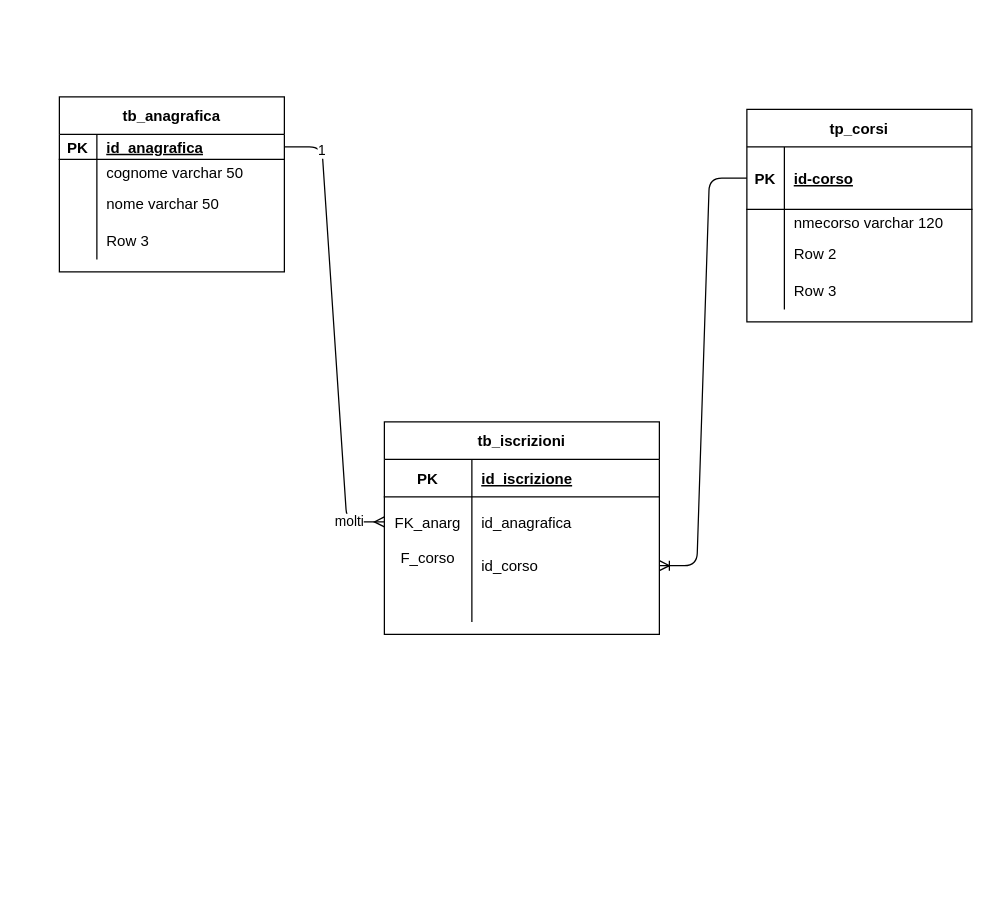
This is Untitled Diagram.drawio from andreabesso/andreabesso, a draw.io file, before an edit. Source tidied: cells renumbered, new cells numbered last; positions are measured from the earlier drawing's top-left corner, leaving out a move shared by most shapes. Both pictures are drawn from the tidied source at 125%, with x=0, y=0 at pixel (59, 96).
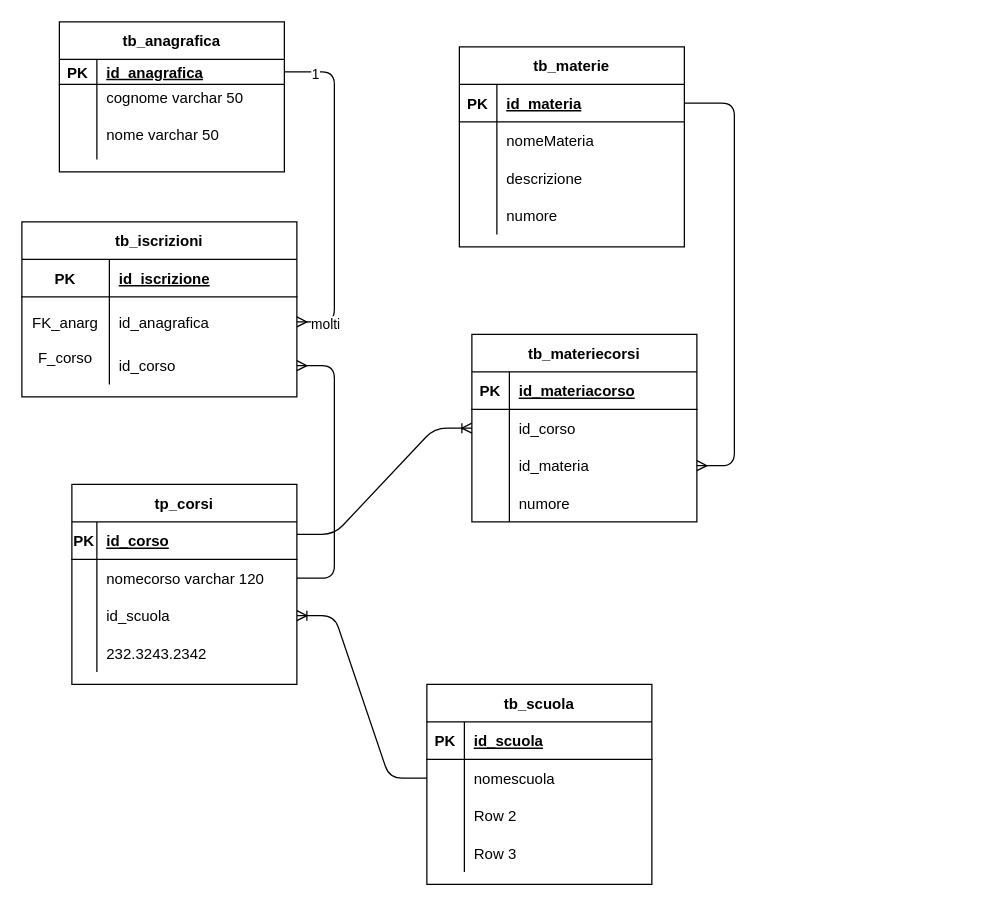
The same diagram, later.

The change refers to these unchanged cells:
```xml
<mxCell id="3" style="shape=partialRectangle;fillColor=none;top=0;left=0;bottom=1;right=0;points=[[0,0.5],[1,0.5]];portConstraint=eastwest;" parent="2" vertex="1">
  <mxGeometry y="30" width="180" height="20" as="geometry" />
</mxCell>
<mxCell id="32" style="shape=partialRectangle;fillColor=none;top=0;left=0;bottom=0;right=0;points=[[0,0.5],[1,0.5]];portConstraint=eastwest;" parent="28" vertex="1">
  <mxGeometry y="60" width="220" height="40" as="geometry" />
</mxCell>
<mxCell id="35" style="shape=partialRectangle;fillColor=none;top=0;left=0;bottom=0;right=0;points=[[0,0.5],[1,0.5]];portConstraint=eastwest;" parent="28" vertex="1">
  <mxGeometry y="100" width="220" height="30" as="geometry" />
</mxCell>
```

Diff of the diagram source:
```diff
@@
     <mxCell id="2" value="tb_anagrafica" style="shape=table;startSize=30;childLayout=tableLayout;rowLines=0;fontStyle=1;align=center;" parent="1" vertex="1">
-      <mxGeometry width="180" height="140" as="geometry" />
+      <mxGeometry y="-60" width="180" height="120" as="geometry" />
     </mxCell>
@@
     <mxCell id="9" style="shape=partialRectangle;fillColor=none;top=0;left=0;bottom=0;right=0;" parent="2" vertex="1">
-      <mxGeometry y="70" width="180" height="30" as="geometry" />
+      <mxGeometry y="70" width="180" height="40" as="geometry" />
     </mxCell>
     <mxCell id="10" style="shape=partialRectangle;fillColor=none;top=0;left=0;bottom=0;right=0;overflow=hidden;" parent="9" vertex="1">
-      <mxGeometry width="30" height="30" as="geometry" />
+      <mxGeometry width="30" height="40" as="geometry" />
     </mxCell>
     <mxCell id="11" value="nome varchar 50" style="shape=partialRectangle;fillColor=none;top=0;left=0;bottom=0;right=0;align=left;spacingLeft=6;overflow=hidden;" parent="9" vertex="1">
-      <mxGeometry x="30" width="150" height="30" as="geometry" />
+      <mxGeometry x="30" width="150" height="40" as="geometry" />
     </mxCell>
-    <mxCell id="12" style="shape=partialRectangle;fillColor=none;top=0;left=0;bottom=0;right=0;" parent="2" vertex="1">
-      <mxGeometry y="100" width="180" height="30" as="geometry" />
-    </mxCell>
-    <mxCell id="13" style="shape=partialRectangle;fillColor=none;top=0;left=0;bottom=0;right=0;overflow=hidden;" parent="12" vertex="1">
-      <mxGeometry width="30" height="30" as="geometry" />
-    </mxCell>
-    <mxCell id="14" value="Row 3" style="shape=partialRectangle;fillColor=none;top=0;left=0;bottom=0;right=0;align=left;spacingLeft=6;overflow=hidden;" parent="12" vertex="1">
-      <mxGeometry x="30" width="150" height="30" as="geometry" />
-    </mxCell>
-    <mxCell id="15" value="tp_corsi" style="shape=table;startSize=30;childLayout=tableLayout;rowLines=0;fontStyle=1;align=center;" parent="1" vertex="1">
-      <mxGeometry x="550" y="10" width="180" height="170" as="geometry" />
-    </mxCell>
-    <mxCell id="16" style="shape=partialRectangle;fillColor=none;top=0;left=0;bottom=1;right=0;points=[[0,0.5],[1,0.5]];portConstraint=eastwest;" parent="15" vertex="1">
-      <mxGeometry y="30" width="180" height="50" as="geometry" />
-    </mxCell>
-    <mxCell id="17" value="PK" style="shape=partialRectangle;fillColor=none;top=0;left=0;bottom=0;right=0;fontStyle=1;overflow=hidden;" parent="16" vertex="1">
-      <mxGeometry width="30" height="50" as="geometry" />
-    </mxCell>
-    <mxCell id="18" value="id-corso" style="shape=partialRectangle;fillColor=none;top=0;left=0;bottom=0;right=0;align=left;spacingLeft=6;fontStyle=5;overflow=hidden;" parent="16" vertex="1">
-      <mxGeometry x="30" width="150" height="50" as="geometry" />
-    </mxCell>
-    <mxCell id="19" style="shape=partialRectangle;fillColor=none;top=0;left=0;bottom=0;right=0;" parent="15" vertex="1">
-      <mxGeometry y="80" width="180" height="20" as="geometry" />
-    </mxCell>
-    <mxCell id="20" style="shape=partialRectangle;fillColor=none;top=0;left=0;bottom=0;right=0;overflow=hidden;" parent="19" vertex="1">
-      <mxGeometry width="30" height="20" as="geometry" />
-    </mxCell>
-    <mxCell id="21" value="nmecorso varchar 120" style="shape=partialRectangle;fillColor=none;top=0;left=0;bottom=0;right=0;align=left;spacingLeft=6;overflow=hidden;" parent="19" vertex="1">
-      <mxGeometry x="30" width="150" height="20" as="geometry" />
-    </mxCell>
-    <mxCell id="22" style="shape=partialRectangle;fillColor=none;top=0;left=0;bottom=0;right=0;" parent="15" vertex="1">
-      <mxGeometry y="100" width="180" height="30" as="geometry" />
-    </mxCell>
-    <mxCell id="23" style="shape=partialRectangle;fillColor=none;top=0;left=0;bottom=0;right=0;overflow=hidden;" parent="22" vertex="1">
-      <mxGeometry width="30" height="30" as="geometry" />
-    </mxCell>
-    <mxCell id="24" value="Row 2" style="shape=partialRectangle;fillColor=none;top=0;left=0;bottom=0;right=0;align=left;spacingLeft=6;overflow=hidden;" parent="22" vertex="1">
-      <mxGeometry x="30" width="150" height="30" as="geometry" />
-    </mxCell>
-    <mxCell id="25" style="shape=partialRectangle;fillColor=none;top=0;left=0;bottom=0;right=0;" parent="15" vertex="1">
-      <mxGeometry y="130" width="180" height="30" as="geometry" />
-    </mxCell>
-    <mxCell id="26" style="shape=partialRectangle;fillColor=none;top=0;left=0;bottom=0;right=0;overflow=hidden;" parent="25" vertex="1">
-      <mxGeometry width="30" height="30" as="geometry" />
-    </mxCell>
-    <mxCell id="27" value="Row 3" style="shape=partialRectangle;fillColor=none;top=0;left=0;bottom=0;right=0;align=left;spacingLeft=6;overflow=hidden;" parent="25" vertex="1">
-      <mxGeometry x="30" width="150" height="30" as="geometry" />
-    </mxCell>
     <mxCell id="28" value="tb_iscrizioni" style="shape=table;startSize=30;childLayout=tableLayout;rowLines=0;fontStyle=1;align=center;" parent="1" vertex="1">
-      <mxGeometry x="260" y="260" width="220" height="170" as="geometry" />
+      <mxGeometry x="-30" y="100" width="220" height="140" as="geometry" />
     </mxCell>
@@
-    <mxCell id="38" style="shape=partialRectangle;fillColor=none;top=0;left=0;bottom=0;right=0;" parent="28" vertex="1">
-      <mxGeometry y="130" width="220" height="30" as="geometry" />
-    </mxCell>
-    <mxCell id="39" style="shape=partialRectangle;fillColor=none;top=0;left=0;bottom=0;right=0;overflow=hidden;" parent="38" vertex="1">
-      <mxGeometry width="70" height="30" as="geometry" />
-    </mxCell>
-    <mxCell id="40" style="shape=partialRectangle;fillColor=none;top=0;left=0;bottom=0;right=0;align=left;spacingLeft=6;overflow=hidden;" parent="38" vertex="1">
-      <mxGeometry x="70" width="150" height="30" as="geometry" />
-    </mxCell>
-    <mxCell id="41" style="edgeStyle=entityRelationEdgeStyle;fontSize=12;html=1;endArrow=ERoneToMany;exitX=0;exitY=0.5;exitDx=0;exitDy=0;entryX=1;entryY=0.5;entryDx=0;entryDy=0;" parent="1" edge="1" source="16" target="35">
-      <mxGeometry relative="1" as="geometry" />
-    </mxCell>
-    <mxCell id="42" style="edgeStyle=entityRelationEdgeStyle;fontSize=12;html=1;endArrow=ERmany;exitX=1;exitY=0.5;exitDx=0;exitDy=0;entryX=0;entryY=0.5;entryDx=0;entryDy=0;" parent="1" edge="1" source="3" target="32">
+    <mxCell id="42" style="edgeStyle=entityRelationEdgeStyle;fontSize=12;html=1;endArrow=ERmany;exitX=1;exitY=0.5;exitDx=0;exitDy=0;" parent="1" edge="1" source="3" target="32">
       <mxGeometry relative="1" as="geometry" />
     </mxCell>
@@
+    <mxCell id="45" value="tb_materiecorsi" style="shape=table;startSize=30;childLayout=tableLayout;rowLines=0;fontStyle=1;align=center;" parent="1" vertex="1">
+      <mxGeometry x="330" y="190" width="180" height="150" as="geometry" />
+    </mxCell>
+    <mxCell id="46" style="shape=partialRectangle;fillColor=none;top=0;left=0;bottom=1;right=0;" parent="45" vertex="1">
+      <mxGeometry y="30" width="180" height="30" as="geometry" />
+    </mxCell>
+    <mxCell id="47" value="PK" style="shape=partialRectangle;fillColor=none;top=0;left=0;bottom=0;right=0;fontStyle=1;overflow=hidden;" parent="46" vertex="1">
+      <mxGeometry width="30" height="30" as="geometry" />
+    </mxCell>
+    <mxCell id="48" value="id_materiacorso" style="shape=partialRectangle;fillColor=none;top=0;left=0;bottom=0;right=0;align=left;spacingLeft=6;fontStyle=5;overflow=hidden;" parent="46" vertex="1">
+      <mxGeometry x="30" width="150" height="30" as="geometry" />
+    </mxCell>
+    <mxCell id="49" style="shape=partialRectangle;fillColor=none;top=0;left=0;bottom=0;right=0;points=[[0,0.5],[1,0.5]];portConstraint=eastwest;" parent="45" vertex="1">
+      <mxGeometry y="60" width="180" height="30" as="geometry" />
+    </mxCell>
+    <mxCell id="50" style="shape=partialRectangle;fillColor=none;top=0;left=0;bottom=0;right=0;overflow=hidden;" parent="49" vertex="1">
+      <mxGeometry width="30" height="30" as="geometry" />
+    </mxCell>
+    <mxCell id="51" value="id_corso" style="shape=partialRectangle;fillColor=none;top=0;left=0;bottom=0;right=0;align=left;spacingLeft=6;overflow=hidden;" parent="49" vertex="1">
+      <mxGeometry x="30" width="150" height="30" as="geometry" />
+    </mxCell>
+    <mxCell id="52" style="shape=partialRectangle;fillColor=none;top=0;left=0;bottom=0;right=0;points=[[0,0.5],[1,0.5]];portConstraint=eastwest;" parent="45" vertex="1">
+      <mxGeometry y="90" width="180" height="30" as="geometry" />
+    </mxCell>
+    <mxCell id="53" style="shape=partialRectangle;fillColor=none;top=0;left=0;bottom=0;right=0;overflow=hidden;" parent="52" vertex="1">
+      <mxGeometry width="30" height="30" as="geometry" />
+    </mxCell>
+    <mxCell id="54" value="id_materia" style="shape=partialRectangle;fillColor=none;top=0;left=0;bottom=0;right=0;align=left;spacingLeft=6;overflow=hidden;" parent="52" vertex="1">
+      <mxGeometry x="30" width="150" height="30" as="geometry" />
+    </mxCell>
+    <mxCell id="55" style="shape=partialRectangle;fillColor=none;top=0;left=0;bottom=0;right=0;" parent="45" vertex="1">
+      <mxGeometry y="120" width="180" height="30" as="geometry" />
+    </mxCell>
+    <mxCell id="56" style="shape=partialRectangle;fillColor=none;top=0;left=0;bottom=0;right=0;overflow=hidden;" parent="55" vertex="1">
+      <mxGeometry width="30" height="30" as="geometry" />
+    </mxCell>
+    <mxCell id="57" value="numore" style="shape=partialRectangle;fillColor=none;top=0;left=0;bottom=0;right=0;align=left;spacingLeft=6;overflow=hidden;" parent="55" vertex="1">
+      <mxGeometry x="30" width="150" height="30" as="geometry" />
+    </mxCell>
+    <mxCell id="58" style="edgeStyle=entityRelationEdgeStyle;fontSize=12;html=1;endArrow=ERmany;exitX=1;exitY=0.5;exitDx=0;exitDy=0;" parent="1" edge="1" source="87" target="52">
+      <mxGeometry relative="1" as="geometry" />
+    </mxCell>
+    <mxCell id="59" value="tb_scuola" style="shape=table;startSize=30;childLayout=tableLayout;rowLines=0;fontStyle=1;align=center;" parent="1" vertex="1">
+      <mxGeometry x="294" y="470" width="180" height="160" as="geometry" />
+    </mxCell>
+    <mxCell id="60" style="shape=partialRectangle;fillColor=none;top=0;left=0;bottom=1;right=0;" parent="59" vertex="1">
+      <mxGeometry y="30" width="180" height="30" as="geometry" />
+    </mxCell>
+    <mxCell id="61" value="PK" style="shape=partialRectangle;fillColor=none;top=0;left=0;bottom=0;right=0;fontStyle=1;overflow=hidden;" parent="60" vertex="1">
+      <mxGeometry width="30" height="30" as="geometry" />
+    </mxCell>
+    <mxCell id="62" value="id_scuola" style="shape=partialRectangle;fillColor=none;top=0;left=0;bottom=0;right=0;align=left;spacingLeft=6;fontStyle=5;overflow=hidden;" parent="60" vertex="1">
+      <mxGeometry x="30" width="150" height="30" as="geometry" />
+    </mxCell>
+    <mxCell id="63" style="shape=partialRectangle;fillColor=none;top=0;left=0;bottom=0;right=0;points=[[0,0.5],[1,0.5]];portConstraint=eastwest;" parent="59" vertex="1">
+      <mxGeometry y="60" width="180" height="30" as="geometry" />
+    </mxCell>
+    <mxCell id="64" style="shape=partialRectangle;fillColor=none;top=0;left=0;bottom=0;right=0;overflow=hidden;" parent="63" vertex="1">
+      <mxGeometry width="30" height="30" as="geometry" />
+    </mxCell>
+    <mxCell id="65" value="nomescuola" style="shape=partialRectangle;fillColor=none;top=0;left=0;bottom=0;right=0;align=left;spacingLeft=6;overflow=hidden;" parent="63" vertex="1">
+      <mxGeometry x="30" width="150" height="30" as="geometry" />
+    </mxCell>
+    <mxCell id="66" style="shape=partialRectangle;fillColor=none;top=0;left=0;bottom=0;right=0;" parent="59" vertex="1">
+      <mxGeometry y="90" width="180" height="30" as="geometry" />
+    </mxCell>
+    <mxCell id="67" style="shape=partialRectangle;fillColor=none;top=0;left=0;bottom=0;right=0;overflow=hidden;" parent="66" vertex="1">
+      <mxGeometry width="30" height="30" as="geometry" />
+    </mxCell>
+    <mxCell id="24" value="Row 2" style="shape=partialRectangle;fillColor=none;top=0;left=0;bottom=0;right=0;align=left;spacingLeft=6;overflow=hidden;" parent="66" vertex="1">
+      <mxGeometry x="30" width="150" height="30" as="geometry" />
+    </mxCell>
+    <mxCell id="68" style="shape=partialRectangle;fillColor=none;top=0;left=0;bottom=0;right=0;" parent="59" vertex="1">
+      <mxGeometry y="120" width="180" height="30" as="geometry" />
+    </mxCell>
+    <mxCell id="69" style="shape=partialRectangle;fillColor=none;top=0;left=0;bottom=0;right=0;overflow=hidden;" parent="68" vertex="1">
+      <mxGeometry width="30" height="30" as="geometry" />
+    </mxCell>
+    <mxCell id="70" value="Row 3" style="shape=partialRectangle;fillColor=none;top=0;left=0;bottom=0;right=0;align=left;spacingLeft=6;overflow=hidden;" parent="68" vertex="1">
+      <mxGeometry x="30" width="150" height="30" as="geometry" />
+    </mxCell>
+    <mxCell id="15" value="tp_corsi" style="shape=table;startSize=30;childLayout=tableLayout;rowLines=0;fontStyle=1;align=center;" parent="1" vertex="1">
+      <mxGeometry x="10" y="310" width="180" height="160" as="geometry" />
+    </mxCell>
+    <mxCell id="71" style="shape=partialRectangle;fillColor=none;top=0;left=0;bottom=1;right=0;" parent="15" vertex="1">
+      <mxGeometry y="30" width="180" height="30" as="geometry" />
+    </mxCell>
+    <mxCell id="72" value="PK" style="shape=partialRectangle;fillColor=none;top=0;left=0;bottom=0;right=0;fontStyle=1;overflow=hidden;" parent="71" vertex="1">
+      <mxGeometry width="20" height="30" as="geometry" />
+    </mxCell>
+    <mxCell id="73" value="id_corso" style="shape=partialRectangle;fillColor=none;top=0;left=0;bottom=0;right=0;align=left;spacingLeft=6;fontStyle=5;overflow=hidden;" parent="71" vertex="1">
+      <mxGeometry x="20" width="160" height="30" as="geometry" />
+    </mxCell>
+    <mxCell id="74" style="shape=partialRectangle;fillColor=none;top=0;left=0;bottom=0;right=0;points=[[0,0.5],[1,0.5]];portConstraint=eastwest;" parent="15" vertex="1">
+      <mxGeometry y="60" width="180" height="30" as="geometry" />
+    </mxCell>
+    <mxCell id="75" style="shape=partialRectangle;fillColor=none;top=0;left=0;bottom=0;right=0;overflow=hidden;" parent="74" vertex="1">
+      <mxGeometry width="20" height="30" as="geometry" />
+    </mxCell>
+    <mxCell id="76" value="nomecorso varchar 120" style="shape=partialRectangle;fillColor=none;top=0;left=0;bottom=0;right=0;align=left;spacingLeft=6;overflow=hidden;" parent="74" vertex="1">
+      <mxGeometry x="20" width="160" height="30" as="geometry" />
+    </mxCell>
+    <mxCell id="77" style="shape=partialRectangle;fillColor=none;top=0;left=0;bottom=0;right=0;points=[[0,0.5],[1,0.5]];portConstraint=eastwest;" parent="15" vertex="1">
+      <mxGeometry y="90" width="180" height="30" as="geometry" />
+    </mxCell>
+    <mxCell id="78" style="shape=partialRectangle;fillColor=none;top=0;left=0;bottom=0;right=0;overflow=hidden;" parent="77" vertex="1">
+      <mxGeometry width="20" height="30" as="geometry" />
+    </mxCell>
+    <mxCell id="79" value="id_scuola" style="shape=partialRectangle;fillColor=none;top=0;left=0;bottom=0;right=0;align=left;spacingLeft=6;overflow=hidden;" parent="77" vertex="1">
+      <mxGeometry x="20" width="160" height="30" as="geometry" />
+    </mxCell>
+    <mxCell id="80" style="shape=partialRectangle;fillColor=none;top=0;left=0;bottom=0;right=0;" parent="15" vertex="1">
+      <mxGeometry y="120" width="180" height="30" as="geometry" />
+    </mxCell>
+    <mxCell id="81" style="shape=partialRectangle;fillColor=none;top=0;left=0;bottom=0;right=0;overflow=hidden;" parent="80" vertex="1">
+      <mxGeometry width="20" height="30" as="geometry" />
+    </mxCell>
+    <mxCell id="82" value="232.3243.2342" style="shape=partialRectangle;fillColor=none;top=0;left=0;bottom=0;right=0;align=left;spacingLeft=6;overflow=hidden;" parent="80" vertex="1">
+      <mxGeometry x="20" width="160" height="30" as="geometry" />
+    </mxCell>
+    <mxCell id="83" style="edgeStyle=entityRelationEdgeStyle;fontSize=12;html=1;endArrow=ERoneToMany;entryX=0;entryY=0.5;entryDx=0;entryDy=0;exitX=1;exitY=0.25;exitDx=0;exitDy=0;" parent="1" edge="1" source="15" target="49">
+      <mxGeometry relative="1" as="geometry" />
+    </mxCell>
+    <mxCell id="84" style="edgeStyle=entityRelationEdgeStyle;fontSize=12;html=1;endArrow=ERoneToMany;exitX=0;exitY=0.5;exitDx=0;exitDy=0;entryX=1;entryY=0.5;entryDx=0;entryDy=0;" parent="1" edge="1" source="63" target="77">
+      <mxGeometry relative="1" as="geometry" />
+    </mxCell>
+    <mxCell id="85" style="edgeStyle=entityRelationEdgeStyle;fontSize=12;html=1;endArrow=ERmany;exitX=1;exitY=0.5;exitDx=0;exitDy=0;entryX=1;entryY=0.5;entryDx=0;entryDy=0;" parent="1" edge="1" source="74" target="35">
+      <mxGeometry relative="1" as="geometry" />
+    </mxCell>
+    <mxCell id="86" value="tb_materie" style="shape=table;startSize=30;childLayout=tableLayout;rowLines=0;fontStyle=1;align=center;" parent="1" vertex="1">
+      <mxGeometry x="320" y="-40" width="180" height="160" as="geometry" />
+    </mxCell>
+    <mxCell id="87" style="shape=partialRectangle;fillColor=none;top=0;left=0;bottom=1;right=0;points=[[0,0.5],[1,0.5]];portConstraint=eastwest;" parent="86" vertex="1">
+      <mxGeometry y="30" width="180" height="30" as="geometry" />
+    </mxCell>
+    <mxCell id="88" value="PK" style="shape=partialRectangle;fillColor=none;top=0;left=0;bottom=0;right=0;fontStyle=1;overflow=hidden;" parent="87" vertex="1">
+      <mxGeometry width="30" height="30" as="geometry" />
+    </mxCell>
+    <mxCell id="89" value="id_materia" style="shape=partialRectangle;fillColor=none;top=0;left=0;bottom=0;right=0;align=left;spacingLeft=6;fontStyle=5;overflow=hidden;" parent="87" vertex="1">
+      <mxGeometry x="30" width="150" height="30" as="geometry" />
+    </mxCell>
+    <mxCell id="90" style="shape=partialRectangle;fillColor=none;top=0;left=0;bottom=0;right=0;" parent="86" vertex="1">
+      <mxGeometry y="60" width="180" height="30" as="geometry" />
+    </mxCell>
+    <mxCell id="91" style="shape=partialRectangle;fillColor=none;top=0;left=0;bottom=0;right=0;overflow=hidden;" parent="90" vertex="1">
+      <mxGeometry width="30" height="30" as="geometry" />
+    </mxCell>
+    <mxCell id="92" value="nomeMateria" style="shape=partialRectangle;fillColor=none;top=0;left=0;bottom=0;right=0;align=left;spacingLeft=6;overflow=hidden;" parent="90" vertex="1">
+      <mxGeometry x="30" width="150" height="30" as="geometry" />
+    </mxCell>
+    <mxCell id="93" style="shape=partialRectangle;fillColor=none;top=0;left=0;bottom=0;right=0;" parent="86" vertex="1">
+      <mxGeometry y="90" width="180" height="30" as="geometry" />
+    </mxCell>
+    <mxCell id="94" style="shape=partialRectangle;fillColor=none;top=0;left=0;bottom=0;right=0;overflow=hidden;" parent="93" vertex="1">
+      <mxGeometry width="30" height="30" as="geometry" />
+    </mxCell>
+    <mxCell id="95" value="descrizione" style="shape=partialRectangle;fillColor=none;top=0;left=0;bottom=0;right=0;align=left;spacingLeft=6;overflow=hidden;" parent="93" vertex="1">
+      <mxGeometry x="30" width="150" height="30" as="geometry" />
+    </mxCell>
+    <mxCell id="96" style="shape=partialRectangle;fillColor=none;top=0;left=0;bottom=0;right=0;" parent="86" vertex="1">
+      <mxGeometry y="120" width="180" height="30" as="geometry" />
+    </mxCell>
+    <mxCell id="97" style="shape=partialRectangle;fillColor=none;top=0;left=0;bottom=0;right=0;overflow=hidden;" parent="96" vertex="1">
+      <mxGeometry width="30" height="30" as="geometry" />
+    </mxCell>
+    <mxCell id="98" value="numore" style="shape=partialRectangle;fillColor=none;top=0;left=0;bottom=0;right=0;align=left;spacingLeft=6;overflow=hidden;" parent="96" vertex="1">
+      <mxGeometry x="30" width="150" height="30" as="geometry" />
+    </mxCell>
```
